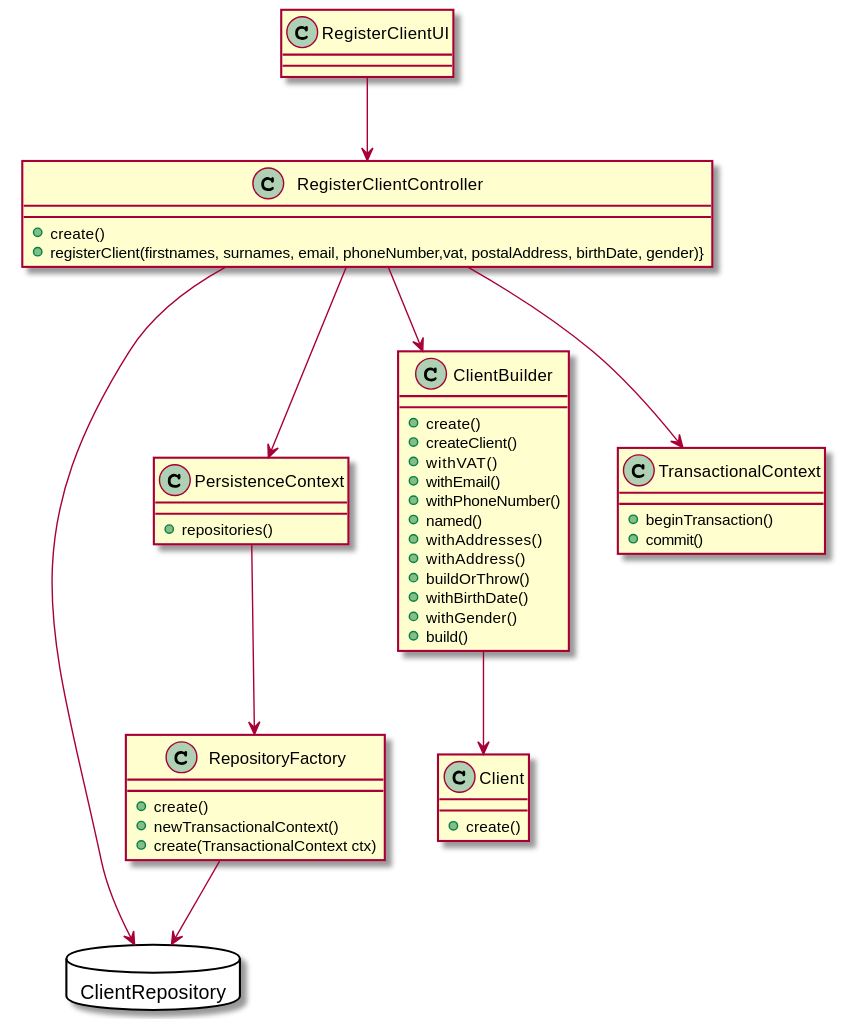
Before: docs/1201518/US1003/CD_Client.svg, a diagram exported from PlantUML (ana-albergaria/LAPR4-ISEP).
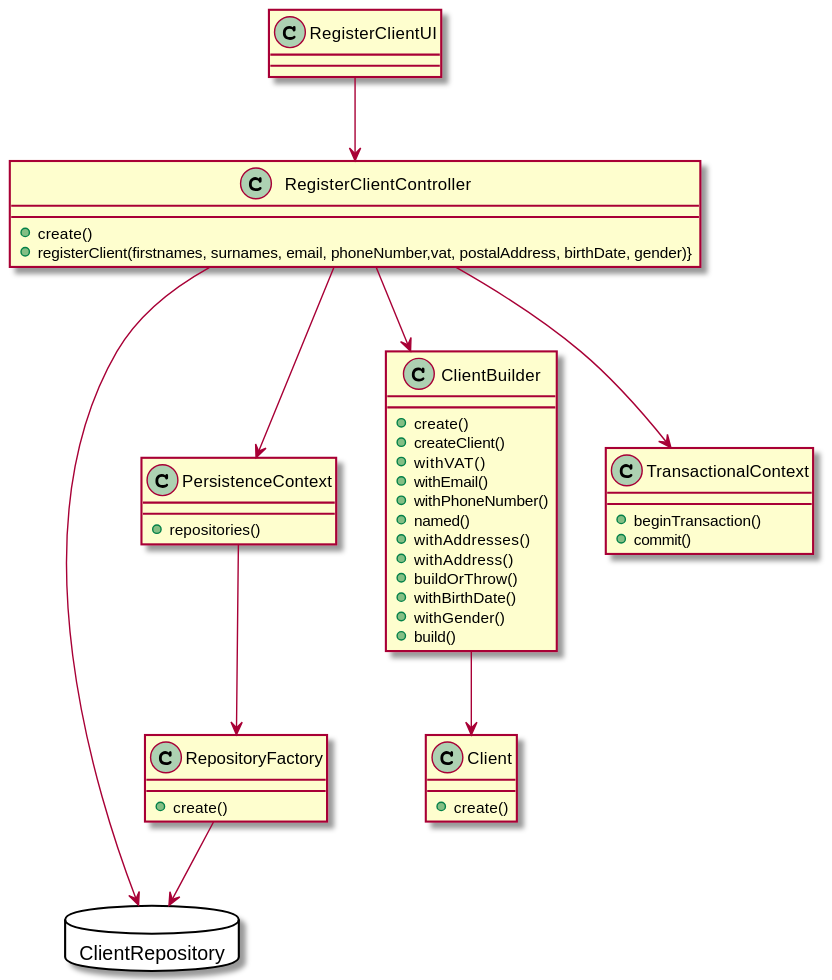
Later version of the same file.

Change to the diagram source:
```diff
@@ -14,8 +14,6 @@
 
 class RepositoryFactory{
 +create()
-+newTransactionalContext()
-+create(TransactionalContext ctx)
 }
 
 database ClientRepository{
```
